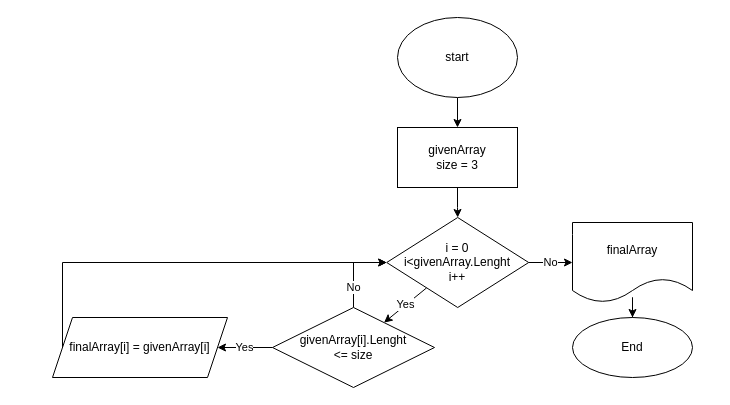
Above: final.drawio in ID-Daemon/C-Sharp_Final (draw.io), before the change. Source tidied: cells renumbered, new cells numbered last; positions are measured from the earlier drawing's top-left corner, leaving out a move shared by most shapes. Both pictures are drawn from the tidied source at 100%, with x=0, y=0 at pixel (52, 17).
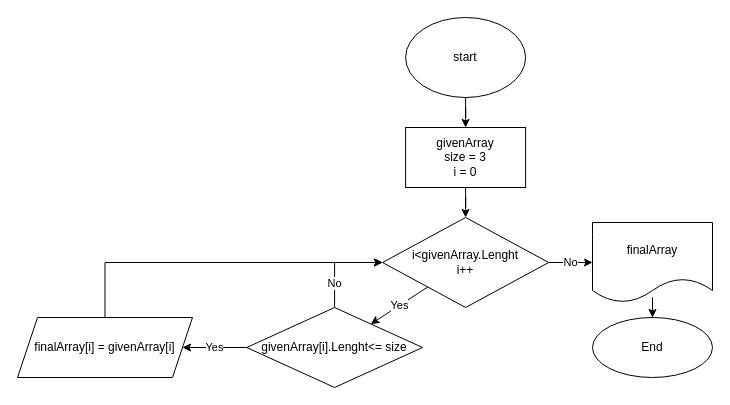
The same page after the edit.

Commit message (it also covers changes not shown here):
Added primitive solution

The edit, as a diff of the source:
```diff
@@
 <mxGraphModel>
   <root>
     <mxCell id="0" />
     <mxCell id="1" parent="0" />
     <mxCell id="2" style="edgeStyle=orthogonalEdgeStyle;rounded=0;jettySize=auto;html=1;" parent="1" edge="1" source="3" target="5">
       <mxGeometry relative="1" as="geometry" />
     </mxCell>
     <mxCell id="3" value="start" style="ellipse;whiteSpace=wrap;html=1;" parent="1" vertex="1">
-      <mxGeometry x="345" width="120" height="80" as="geometry" />
+      <mxGeometry x="353.1" width="120" height="80" as="geometry" />
     </mxCell>
     <mxCell id="4" style="edgeStyle=orthogonalEdgeStyle;rounded=0;jettySize=auto;html=1;" parent="1" edge="1" source="5" target="8">
       <mxGeometry relative="1" as="geometry" />
     </mxCell>
-    <mxCell id="5" value="givenArray&lt;br&gt;size = 3" style="whiteSpace=wrap;html=1;" parent="1" vertex="1">
-      <mxGeometry x="345" y="110" width="120" height="60" as="geometry" />
+    <mxCell id="5" value="givenArray&lt;br&gt;size = 3&lt;br&gt;i = 0" style="whiteSpace=wrap;html=1;" parent="1" vertex="1">
+      <mxGeometry x="353.1" y="110" width="120" height="60" as="geometry" />
     </mxCell>
     <mxCell id="6" value="Yes" style="edgeStyle=orthogonalEdgeStyle;rounded=0;jettySize=auto;html=1;" parent="1" edge="1" source="8" target="11">
       <mxGeometry relative="1" as="geometry">
         <Array as="points">
-          <mxPoint x="314" y="290" />
-          <mxPoint x="301" y="290" />
+          <mxPoint x="334" y="290" />
+          <mxPoint x="321" y="290" />
         </Array>
       </mxGeometry>
     </mxCell>
     <mxCell id="7" value="No" style="edgeStyle=orthogonalEdgeStyle;rounded=0;jettySize=auto;html=1;" parent="1" edge="1" source="8" target="15">
       <mxGeometry relative="1" as="geometry" />
     </mxCell>
-    <mxCell id="8" value="i = 0&lt;br&gt;i&amp;lt;givenArray.Lenght&lt;br&gt;i++" style="rhombus;whiteSpace=wrap;html=1;" parent="1" vertex="1">
-      <mxGeometry x="334.2" y="200" width="142" height="90" as="geometry" />
+    <mxCell id="8" value="i&amp;lt;givenArray.Lenght&lt;br&gt;i++" style="rhombus;whiteSpace=wrap;html=1;" parent="1" vertex="1">
+      <mxGeometry x="330" y="200" width="166.2" height="90" as="geometry" />
     </mxCell>
-    <mxCell id="9" value="Yes" style="edgeStyle=orthogonalEdgeStyle;rounded=0;jettySize=auto;html=1;" parent="1" edge="1" source="11" target="13">
+    <mxCell id="9" value="Yes" style="edgeStyle=orthogonalEdgeStyle;rounded=0;jettySize=auto;html=1;entryX=1;entryY=0.5;entryDx=0;entryDy=0;" parent="1" edge="1" source="11" target="13">
       <mxGeometry relative="1" as="geometry" />
     </mxCell>
     <mxCell id="10" value="No" style="edgeStyle=orthogonalEdgeStyle;rounded=0;jettySize=auto;html=1;exitX=0.5;exitY=0;exitDx=0;exitDy=0;entryX=0;entryY=0.5;entryDx=0;entryDy=0;" parent="1" edge="1" source="11" target="8">
       <mxGeometry x="-0.49" relative="1" as="geometry" />
     </mxCell>
-    <mxCell id="11" value="givenArray[i].Lenght&lt;br&gt;&amp;lt;= size" style="rhombus;whiteSpace=wrap;html=1;" parent="1" vertex="1">
-      <mxGeometry x="220" y="290" width="162" height="80" as="geometry" />
+    <mxCell id="11" value="givenArray[i].Lenght&amp;lt;= size" style="rhombus;whiteSpace=wrap;html=1;" parent="1" vertex="1">
+      <mxGeometry x="194.2" y="290" width="175.8" height="80" as="geometry" />
     </mxCell>
-    <mxCell id="12" style="edgeStyle=orthogonalEdgeStyle;rounded=0;jettySize=auto;html=1;exitX=0;exitY=0.5;exitDx=0;exitDy=0;entryX=0;entryY=0.5;entryDx=0;entryDy=0;" parent="1" edge="1" source="13" target="8">
+    <mxCell id="12" style="edgeStyle=orthogonalEdgeStyle;rounded=0;jettySize=auto;html=1;exitX=0.5;exitY=0;exitDx=0;exitDy=0;entryX=0;entryY=0.5;entryDx=0;entryDy=0;" parent="1" edge="1" source="13" target="8">
       <mxGeometry relative="1" as="geometry">
         <Array as="points">
-          <mxPoint x="10" y="245" />
+          <mxPoint x="53" y="245" />
         </Array>
       </mxGeometry>
     </mxCell>
     <mxCell id="13" value="finalArray[i] = givenArray[i]" style="shape=parallelogram;perimeter=parallelogramPerimeter;whiteSpace=wrap;html=1;fixedSize=1;" parent="1" vertex="1">
-      <mxGeometry y="300" width="175" height="60" as="geometry" />
+      <mxGeometry x="-35" y="300" width="175" height="60" as="geometry" />
     </mxCell>
     <mxCell id="14" style="edgeStyle=orthogonalEdgeStyle;rounded=0;jettySize=auto;html=1;" parent="1" edge="1" source="15" target="16">
       <mxGeometry relative="1" as="geometry" />
     </mxCell>
     <mxCell id="15" value="finalArray" style="shape=document;whiteSpace=wrap;html=1;boundedLbl=1;" parent="1" vertex="1">
-      <mxGeometry x="520" y="205" width="120" height="80" as="geometry" />
+      <mxGeometry x="540" y="205" width="120" height="80" as="geometry" />
     </mxCell>
     <mxCell id="16" value="End" style="ellipse;whiteSpace=wrap;html=1;" parent="1" vertex="1">
-      <mxGeometry x="520" y="300" width="120" height="60" as="geometry" />
+      <mxGeometry x="540" y="300" width="120" height="60" as="geometry" />
     </mxCell>
   </root>
 </mxGraphModel>
```
